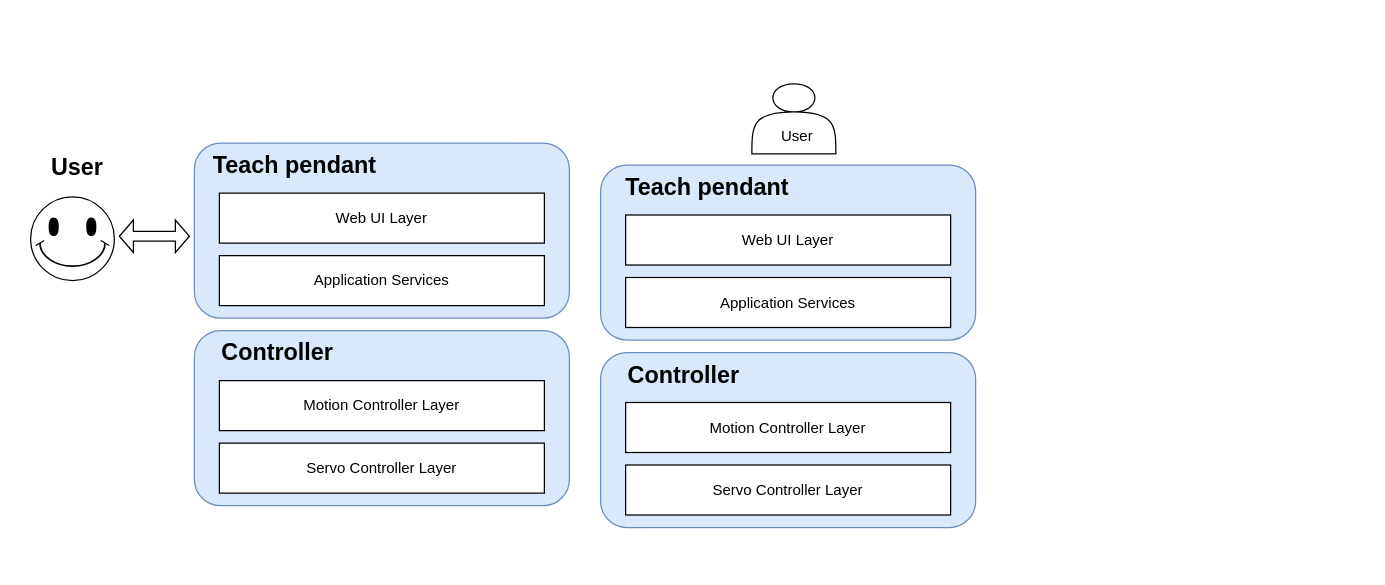
pantsli/blog keeps this draw.io diagram as page "层级" (2 of 4) of 未命名表单.drawio. Above is the earlier version. Source tidied: cells renumbered, new cells numbered last; positions are measured from the earlier drawing's top-left corner, leaving out a move shared by most shapes. Both pictures are drawn from the tidied source at 125%, with x=0, y=0 at pixel (21, 82).
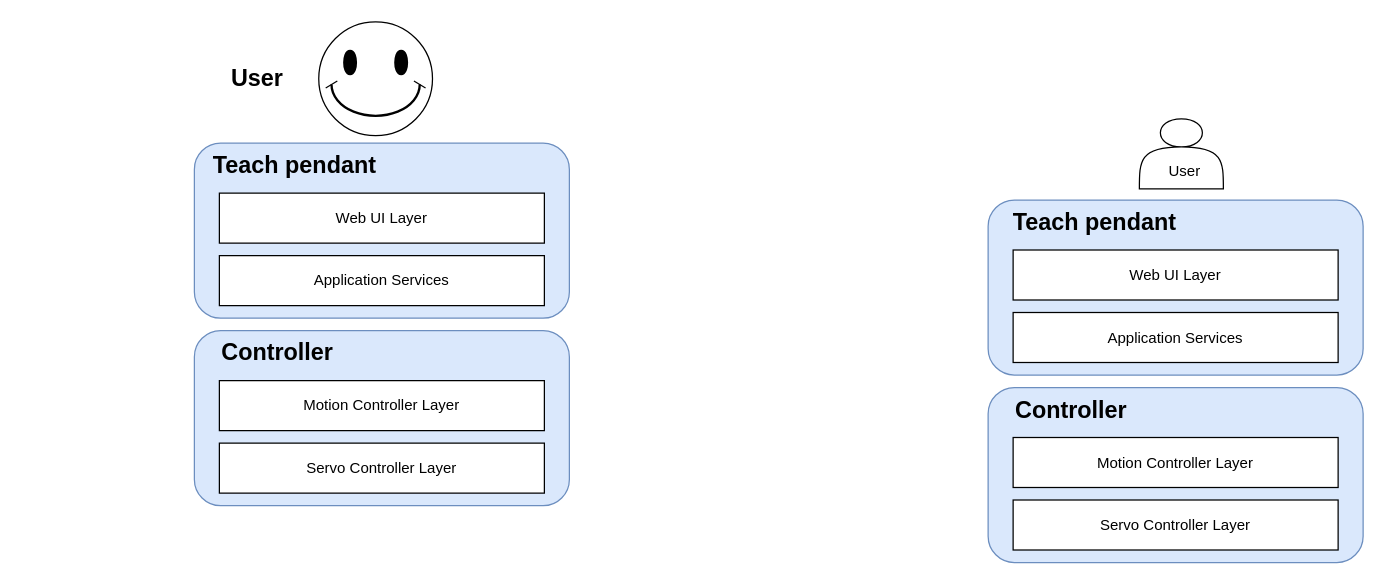
The same page after the edit.

The edit, as a diff of the source:
```diff
@@
-    <mxCell id="2" style="verticalLabelPosition=bottom;verticalAlign=top;html=1;shape=mxgraph.basic.smiley;labelBackgroundColor=none;strokeWidth=1;fillColor=none;fontSize=16;fontColor=none;align=center;" parent="1" vertex="1">
-      <mxGeometry x="7" y="91" width="67" height="67" as="geometry" />
-    </mxCell>
     <mxCell id="3" style="group;" parent="1" vertex="1">
-      <mxGeometry x="463" y="0.5" width="300" height="355" as="geometry" />
+      <mxGeometry x="773" y="28.5" width="300" height="355" as="geometry" />
     </mxCell>
@@
-    <mxCell id="21" style="shape=doubleArrow;whiteSpace=wrap;html=1;labelBackgroundColor=none;strokeWidth=1;fillColor=none;fontSize=16;fontColor=none;align=center;" parent="1" vertex="1">
-      <mxGeometry x="78" y="109.5" width="56" height="26" as="geometry" />
-    </mxCell>
@@
     <mxCell id="25" value="&lt;h3&gt;User&lt;/h3&gt;" style="text;html=1;fontSize=16;verticalAlign=middle;align=center;" parent="1" vertex="1">
-      <mxGeometry y="53" width="87" height="30" as="geometry" />
+      <mxGeometry x="157" y="-18.5" width="61" height="30" as="geometry" />
     </mxCell>
@@
+    <mxCell id="27" style="verticalLabelPosition=bottom;verticalAlign=top;html=1;shape=mxgraph.basic.smiley;labelBackgroundColor=none;strokeWidth=1;fillColor=none;fontSize=16;fontColor=none;align=center;" parent="1" vertex="1">
+      <mxGeometry x="237.5" y="-49" width="91" height="91" as="geometry" />
+    </mxCell>
```
